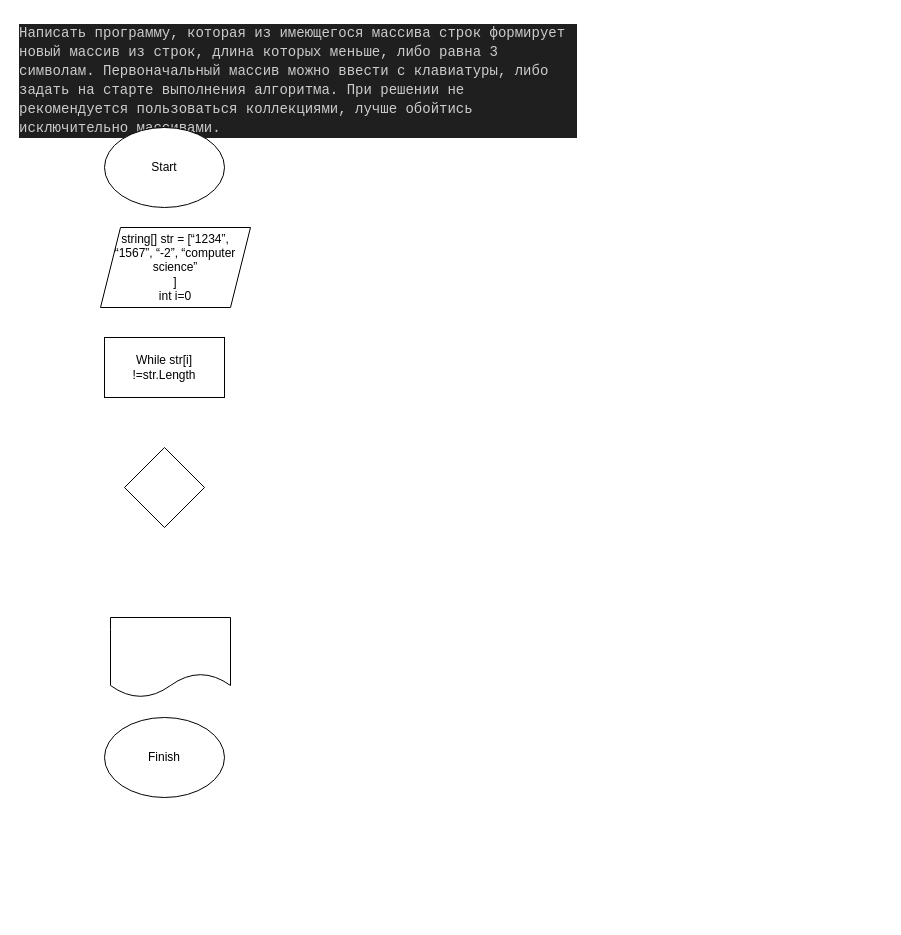
Earlier version of the draw.io diagram Block-shema.drawio (marshme1/Itog). Source tidied: cells renumbered, new cells numbered last; positions are measured from the earlier drawing's top-left corner, leaving out a move shared by most shapes. Both pictures are drawn from the tidied source at 100%, with x=0, y=0 at pixel (17, 17).
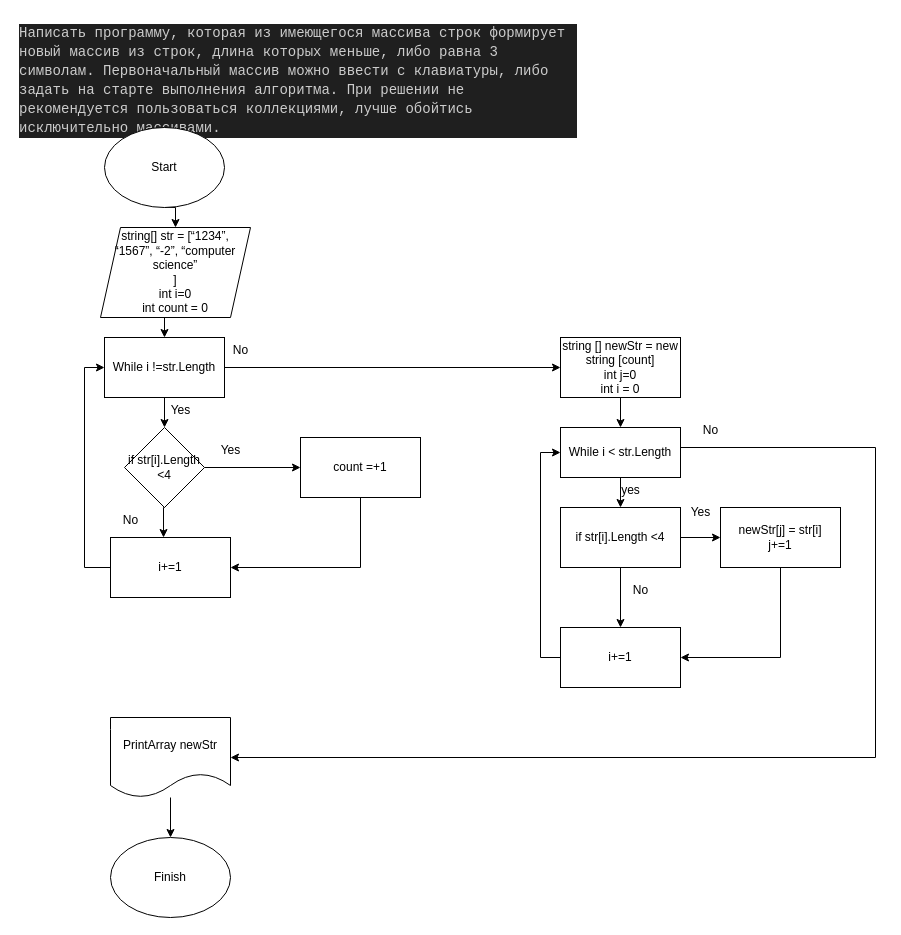
The same page after the edit.

Commit message (it also covers changes not shown here):
add block-schema

The change refers to these unchanged cells:
```xml
<mxCell id="3" value="Start" style="ellipse;whiteSpace=wrap;html=1;" parent="1" vertex="1">
  <mxGeometry x="87" y="110" width="120" height="80" as="geometry" />
</mxCell>
```

Change to the diagram source:
```diff
@@
+    <mxCell id="9" style="edgeStyle=orthogonalEdgeStyle;rounded=0;jettySize=auto;html=1;exitX=0.5;exitY=1;exitDx=0;exitDy=0;entryX=0.5;entryY=0;entryDx=0;entryDy=0;" parent="1" edge="1" source="3" target="5">
+      <mxGeometry relative="1" as="geometry" />
+    </mxCell>
@@
     <mxCell id="4" value="Finish" style="ellipse;whiteSpace=wrap;html=1;" parent="1" vertex="1">
-      <mxGeometry x="87" y="700" width="120" height="80" as="geometry" />
+      <mxGeometry x="93" y="820" width="120" height="80" as="geometry" />
     </mxCell>
+    <mxCell id="10" style="edgeStyle=orthogonalEdgeStyle;rounded=0;jettySize=auto;html=1;exitX=0.5;exitY=1;exitDx=0;exitDy=0;entryX=0.5;entryY=0;entryDx=0;entryDy=0;" parent="1" edge="1" source="5" target="6">
+      <mxGeometry relative="1" as="geometry" />
+    </mxCell>
-    <mxCell id="5" value="string[] str = [“1234”, “1567”, “-2”, “computer science”&lt;br&gt;]&lt;br&gt;int i=0" style="shape=parallelogram;perimeter=parallelogramPerimeter;whiteSpace=wrap;html=1;fixedSize=1;" parent="1" vertex="1">
-      <mxGeometry x="83" y="210" width="150" height="80" as="geometry" />
+    <mxCell id="5" value="string[] str = [“1234”, “1567”, “-2”, “computer science”&lt;br&gt;]&lt;br&gt;int i=0&lt;br&gt;int count = 0" style="shape=parallelogram;perimeter=parallelogramPerimeter;whiteSpace=wrap;html=1;fixedSize=1;" parent="1" vertex="1">
+      <mxGeometry x="83" y="210" width="150" height="90" as="geometry" />
     </mxCell>
+    <mxCell id="11" style="edgeStyle=orthogonalEdgeStyle;rounded=0;jettySize=auto;html=1;exitX=0.5;exitY=1;exitDx=0;exitDy=0;entryX=0.5;entryY=0;entryDx=0;entryDy=0;" parent="1" edge="1" source="6" target="7">
+      <mxGeometry relative="1" as="geometry" />
+    </mxCell>
+    <mxCell id="12" style="edgeStyle=orthogonalEdgeStyle;rounded=0;jettySize=auto;html=1;entryX=0;entryY=0.5;entryDx=0;entryDy=0;" parent="1" edge="1" source="6" target="24">
+      <mxGeometry relative="1" as="geometry" />
+    </mxCell>
-    <mxCell id="6" value="While str[i] !=str.Length" style="rounded=0;whiteSpace=wrap;html=1;" parent="1" vertex="1">
+    <mxCell id="6" value="While i !=str.Length" style="rounded=0;whiteSpace=wrap;html=1;" parent="1" vertex="1">
       <mxGeometry x="87" y="320" width="120" height="60" as="geometry" />
     </mxCell>
+    <mxCell id="13" style="edgeStyle=orthogonalEdgeStyle;rounded=0;jettySize=auto;html=1;entryX=0;entryY=0.5;entryDx=0;entryDy=0;" parent="1" edge="1" source="7" target="17">
+      <mxGeometry relative="1" as="geometry" />
+    </mxCell>
+    <mxCell id="14" style="edgeStyle=orthogonalEdgeStyle;rounded=0;jettySize=auto;html=1;exitX=0.5;exitY=1;exitDx=0;exitDy=0;entryX=0.442;entryY=0;entryDx=0;entryDy=0;entryPerimeter=0;" parent="1" edge="1" source="7" target="20">
+      <mxGeometry relative="1" as="geometry" />
+    </mxCell>
-    <mxCell id="7" style="rhombus;whiteSpace=wrap;html=1;" parent="1" vertex="1">
-      <mxGeometry x="107" y="430" width="80" height="80" as="geometry" />
+    <mxCell id="7" value="if str[i].Length &amp;lt;4" style="rhombus;whiteSpace=wrap;html=1;" parent="1" vertex="1">
+      <mxGeometry x="107" y="410" width="80" height="80" as="geometry" />
     </mxCell>
+    <mxCell id="15" style="edgeStyle=orthogonalEdgeStyle;rounded=0;jettySize=auto;html=1;entryX=0.5;entryY=0;entryDx=0;entryDy=0;" parent="1" edge="1" source="8" target="4">
+      <mxGeometry relative="1" as="geometry" />
+    </mxCell>
-    <mxCell id="8" style="shape=document;whiteSpace=wrap;html=1;boundedLbl=1;" parent="1" vertex="1">
-      <mxGeometry x="93" y="600" width="120" height="80" as="geometry" />
+    <mxCell id="8" value="PrintArray newStr" style="shape=document;whiteSpace=wrap;html=1;boundedLbl=1;" parent="1" vertex="1">
+      <mxGeometry x="93" y="700" width="120" height="80" as="geometry" />
     </mxCell>
+    <mxCell id="16" style="edgeStyle=orthogonalEdgeStyle;rounded=0;jettySize=auto;html=1;exitX=0.5;exitY=1;exitDx=0;exitDy=0;entryX=1;entryY=0.5;entryDx=0;entryDy=0;" parent="1" edge="1" source="17" target="20">
+      <mxGeometry relative="1" as="geometry" />
+    </mxCell>
+    <mxCell id="17" value="count =+1" style="rounded=0;whiteSpace=wrap;html=1;" parent="1" vertex="1">
+      <mxGeometry x="283" y="420" width="120" height="60" as="geometry" />
+    </mxCell>
+    <mxCell id="18" value="Yes" style="text;html=1;align=center;verticalAlign=middle;strokeColor=none;fillColor=none;" parent="1" vertex="1">
+      <mxGeometry x="193" y="418" width="40" height="30" as="geometry" />
+    </mxCell>
+    <mxCell id="19" style="edgeStyle=orthogonalEdgeStyle;rounded=0;jettySize=auto;html=1;entryX=0;entryY=0.5;entryDx=0;entryDy=0;" parent="1" edge="1" source="20" target="6">
+      <mxGeometry relative="1" as="geometry">
+        <Array as="points">
+          <mxPoint x="67" y="550" />
+          <mxPoint x="67" y="350" />
+        </Array>
+      </mxGeometry>
+    </mxCell>
+    <mxCell id="20" value="i+=1" style="rounded=0;whiteSpace=wrap;html=1;" parent="1" vertex="1">
+      <mxGeometry x="93" y="520" width="120" height="60" as="geometry" />
+    </mxCell>
+    <mxCell id="21" value="No" style="text;html=1;align=center;verticalAlign=middle;strokeColor=none;fillColor=none;" parent="1" vertex="1">
+      <mxGeometry x="93" y="488" width="40" height="30" as="geometry" />
+    </mxCell>
+    <mxCell id="22" value="Yes" style="text;html=1;align=center;verticalAlign=middle;strokeColor=none;fillColor=none;" parent="1" vertex="1">
+      <mxGeometry x="143" y="378" width="40" height="30" as="geometry" />
+    </mxCell>
+    <mxCell id="23" style="edgeStyle=orthogonalEdgeStyle;rounded=0;jettySize=auto;html=1;exitX=0.5;exitY=1;exitDx=0;exitDy=0;" parent="1" edge="1" source="24" target="28">
+      <mxGeometry relative="1" as="geometry" />
+    </mxCell>
+    <mxCell id="24" value="string [] newStr = new string [count]&lt;br&gt;int j=0&lt;br&gt;int i = 0" style="rounded=0;whiteSpace=wrap;html=1;" parent="1" vertex="1">
+      <mxGeometry x="543" y="320" width="120" height="60" as="geometry" />
+    </mxCell>
+    <mxCell id="25" value="No" style="text;html=1;align=center;verticalAlign=middle;strokeColor=none;fillColor=none;" parent="1" vertex="1">
+      <mxGeometry x="203" y="318" width="40" height="30" as="geometry" />
+    </mxCell>
+    <mxCell id="26" style="edgeStyle=orthogonalEdgeStyle;rounded=0;jettySize=auto;html=1;exitX=0.5;exitY=1;exitDx=0;exitDy=0;entryX=0.5;entryY=0;entryDx=0;entryDy=0;" parent="1" edge="1" source="28" target="34">
+      <mxGeometry relative="1" as="geometry" />
+    </mxCell>
+    <mxCell id="27" style="edgeStyle=orthogonalEdgeStyle;rounded=0;jettySize=auto;html=1;exitX=1;exitY=0.5;exitDx=0;exitDy=0;entryX=1;entryY=0.5;entryDx=0;entryDy=0;" parent="1" edge="1" source="28" target="8">
+      <mxGeometry relative="1" as="geometry">
+        <Array as="points">
+          <mxPoint x="663" y="430" />
+          <mxPoint x="858" y="430" />
+          <mxPoint x="858" y="740" />
+        </Array>
+      </mxGeometry>
+    </mxCell>
+    <mxCell id="28" value="While i &amp;lt; str.Length" style="rounded=0;whiteSpace=wrap;html=1;" parent="1" vertex="1">
+      <mxGeometry x="543" y="410" width="120" height="50" as="geometry" />
+    </mxCell>
+    <mxCell id="29" style="edgeStyle=orthogonalEdgeStyle;rounded=0;jettySize=auto;html=1;exitX=0.5;exitY=1;exitDx=0;exitDy=0;entryX=1;entryY=0.5;entryDx=0;entryDy=0;" parent="1" edge="1" source="30" target="37">
+      <mxGeometry relative="1" as="geometry" />
+    </mxCell>
+    <mxCell id="30" value="newStr[j] = str[i]&lt;br&gt;j+=1" style="rounded=0;whiteSpace=wrap;html=1;" parent="1" vertex="1">
+      <mxGeometry x="703" y="490" width="120" height="60" as="geometry" />
+    </mxCell>
+    <mxCell id="31" value="Yes" style="text;html=1;align=center;verticalAlign=middle;strokeColor=none;fillColor=none;" parent="1" vertex="1">
+      <mxGeometry x="663" y="480" width="40" height="30" as="geometry" />
+    </mxCell>
+    <mxCell id="32" style="edgeStyle=orthogonalEdgeStyle;rounded=0;jettySize=auto;html=1;exitX=1;exitY=0.5;exitDx=0;exitDy=0;entryX=0;entryY=0.5;entryDx=0;entryDy=0;" parent="1" edge="1" source="34" target="30">
+      <mxGeometry relative="1" as="geometry" />
+    </mxCell>
+    <mxCell id="33" style="edgeStyle=orthogonalEdgeStyle;rounded=0;jettySize=auto;html=1;exitX=0.5;exitY=1;exitDx=0;exitDy=0;entryX=0.5;entryY=0;entryDx=0;entryDy=0;" parent="1" edge="1" source="34" target="37">
+      <mxGeometry relative="1" as="geometry" />
+    </mxCell>
+    <mxCell id="34" value="if str[i].Length &amp;lt;4" style="rounded=0;whiteSpace=wrap;html=1;" parent="1" vertex="1">
+      <mxGeometry x="543" y="490" width="120" height="60" as="geometry" />
+    </mxCell>
+    <mxCell id="35" value="yes" style="text;html=1;align=center;verticalAlign=middle;strokeColor=none;fillColor=none;" parent="1" vertex="1">
+      <mxGeometry x="593" y="458" width="40" height="30" as="geometry" />
+    </mxCell>
+    <mxCell id="36" style="edgeStyle=orthogonalEdgeStyle;rounded=0;jettySize=auto;html=1;entryX=0;entryY=0.5;entryDx=0;entryDy=0;" parent="1" edge="1" source="37" target="28">
+      <mxGeometry relative="1" as="geometry">
+        <Array as="points">
+          <mxPoint x="523" y="640" />
+          <mxPoint x="523" y="435" />
+        </Array>
+      </mxGeometry>
+    </mxCell>
+    <mxCell id="37" value="i+=1" style="rounded=0;whiteSpace=wrap;html=1;" parent="1" vertex="1">
+      <mxGeometry x="543" y="610" width="120" height="60" as="geometry" />
+    </mxCell>
+    <mxCell id="38" value="No" style="text;html=1;align=center;verticalAlign=middle;strokeColor=none;fillColor=none;" parent="1" vertex="1">
+      <mxGeometry x="603" y="558" width="40" height="30" as="geometry" />
+    </mxCell>
+    <mxCell id="39" value="No" style="text;html=1;align=center;verticalAlign=middle;strokeColor=none;fillColor=none;" parent="1" vertex="1">
+      <mxGeometry x="673" y="398" width="40" height="30" as="geometry" />
+    </mxCell>
```
